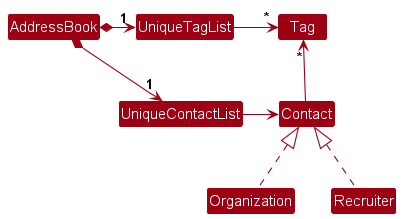
Above: docs/images/BetterModelClassDiagram.png in wxwern/cs2103t-tp (PlantUML), before the change.
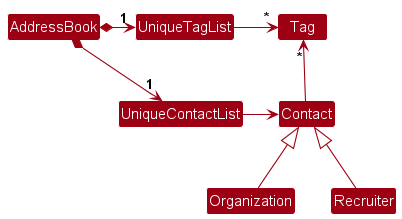
After the change.

Commit message:
Fix lines in Model diagram

Diff of the diagram source:
```diff
@@ -14,7 +14,7 @@
 
 Contact -up-> "*" Tag
 
-Organization .up.|> Contact
-Recruiter .up.|> Contact
+Organization -up-|> Contact
+Recruiter -up-|> Contact
 
 @enduml
```
